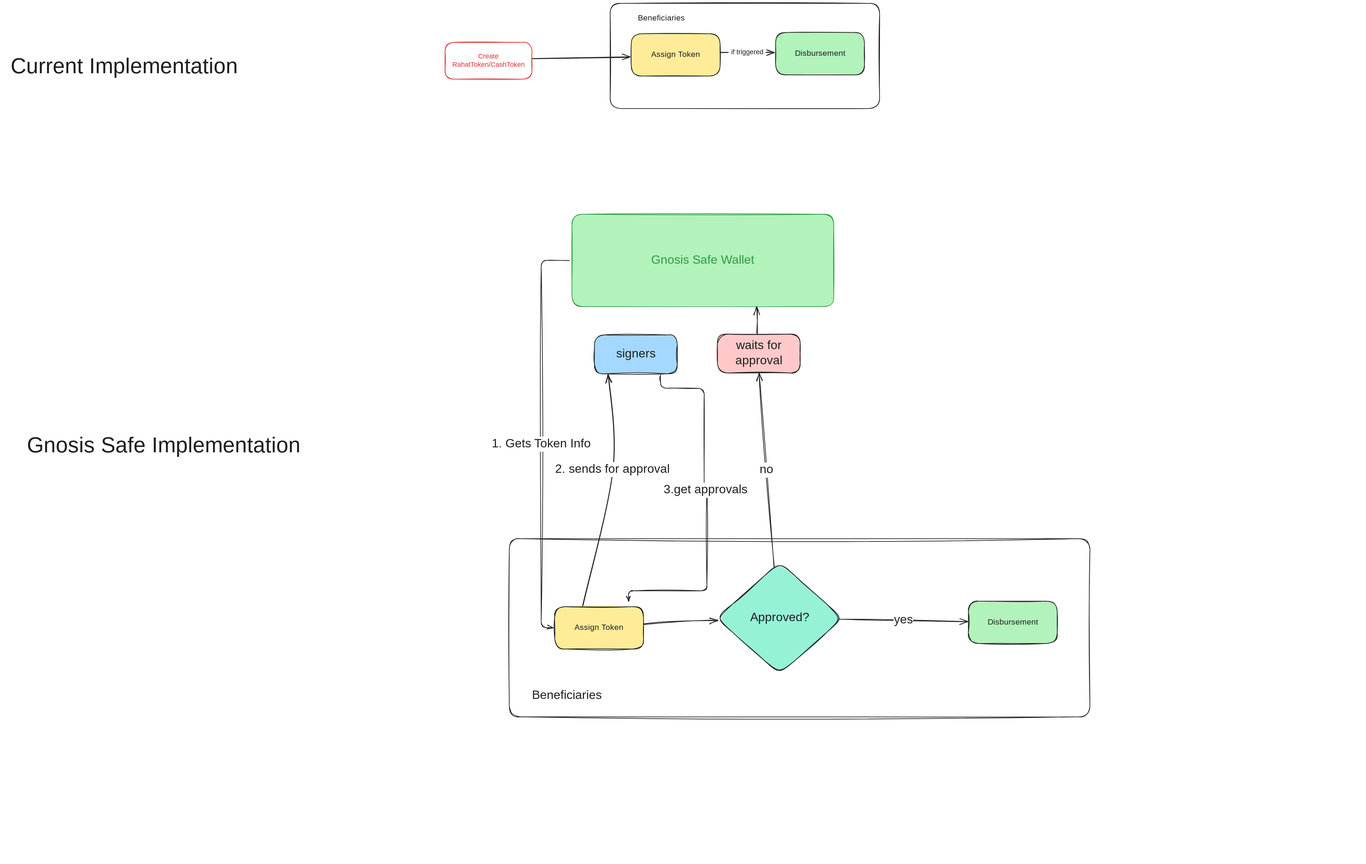
rahataid/rahat-platform keeps this Excalidraw diagram as docs/diagrams/gnosis.excalidraw.svg. Above is the earlier version. Source tidied: one line per element, renumbered; positions are measured from the earlier drawing's top-left corner, leaving out a move shared by most shapes. Its diagram source:
```json
{"id": 0, "type": "rectangle", "strokeColor": "#e03131", "strokeWidth": 2, "roughness": 1, "round": true, "x": 1317, "y": 116, "width": 259, "height": 110}
{"id": 1, "type": "text", "text": "Create\nRahatToken/CashToken", "strokeColor": "#e03131", "strokeWidth": 2, "roughness": 1, "fontSize": 20, "fontFamily": 5, "textAlign": "center", "verticalAlign": "middle", "inside": 0, "x": 1329, "y": 146, "width": 236, "height": 50}
{"id": 2, "type": "rectangle", "strokeColor": "#1e1e1e", "backgroundColor": "#ffec99", "fillStyle": "solid", "strokeWidth": 2, "roughness": 1, "round": true, "x": 1873, "y": 91, "width": 265, "height": 126}
{"id": 3, "type": "text", "text": "Assign Token", "strokeColor": "#1e1e1e", "strokeWidth": 2, "roughness": 1, "fontSize": 23.86, "fontFamily": 5, "textAlign": "center", "verticalAlign": "middle", "inside": 2, "x": 1928, "y": 139, "width": 154, "height": 30}
{"id": 4, "type": "rectangle", "strokeColor": "#1e1e1e", "backgroundColor": "#b2f2bb", "fillStyle": "solid", "strokeWidth": 2, "roughness": 1, "round": true, "x": 2303, "y": 87, "width": 265, "height": 126}
{"id": 5, "type": "text", "text": "Disbursement", "strokeColor": "#1e1e1e", "strokeWidth": 2, "roughness": 1, "fontSize": 23.86, "fontFamily": 5, "textAlign": "center", "verticalAlign": "middle", "inside": 4, "x": 2359, "y": 135, "width": 154, "height": 30}
{"id": 6, "type": "rectangle", "strokeColor": "#1e1e1e", "strokeWidth": 2, "roughness": 1, "round": true, "x": 1810, "y": 0, "width": 804, "height": 314}
{"id": 7, "type": "text", "text": "Beneficiaries", "strokeColor": "#1e1e1e", "strokeWidth": 2, "roughness": 1, "fontSize": 23.86, "fontFamily": 5, "x": 1893, "y": 30, "width": 147, "height": 30}
{"id": 8, "type": "arrow", "strokeColor": "#1e1e1e", "strokeWidth": 2, "roughness": 1, "endArrowhead": "arrow", "round": true, "from": 0, "to": 2, "x": 1578, "y": 165, "width": 290, "height": 4, "points": [[0, 0], [290, -4]]}
{"id": 9, "type": "arrow", "strokeColor": "#1e1e1e", "strokeWidth": 2, "roughness": 1, "endArrowhead": "arrow", "round": true, "from": 2, "to": 4, "x": 2139, "y": 147, "width": 160, "height": 2, "points": [[0, 0], [160, -2]]}
{"id": 10, "type": "text", "text": "if triggered", "strokeColor": "#1e1e1e", "strokeWidth": 2, "roughness": 1, "fontSize": 20, "fontFamily": 5, "textAlign": "center", "verticalAlign": "middle", "inside": 9, "x": 2097, "y": 145, "width": 111, "height": 25}
{"id": 11, "type": "rectangle", "strokeColor": "#2f9e44", "backgroundColor": "#b2f2bb", "fillStyle": "solid", "strokeWidth": 2, "roughness": 1, "round": true, "x": 1696, "y": 629, "width": 781, "height": 276}
{"id": 12, "type": "text", "text": "Gnosis Safe Wallet", "strokeColor": "#2f9e44", "strokeWidth": 2, "roughness": 1, "fontSize": 36, "fontFamily": 5, "textAlign": "center", "verticalAlign": "middle", "inside": 11, "x": 1922, "y": 744, "width": 328, "height": 45}
{"id": 13, "type": "arrow", "strokeColor": "#1e1e1e", "strokeWidth": 2, "roughness": 2, "endArrowhead": "arrow", "from": 11, "to": 15, "x": 1689, "y": 767, "width": 85, "height": 1096, "points": [[0, 0], [-85, 0], [-85, 1096], [-50, 1096]]}
{"id": 14, "type": "text", "text": "1. Gets Token Info", "strokeColor": "#1e1e1e", "strokeWidth": 2, "roughness": 2, "fontSize": 36, "fontFamily": 5, "textAlign": "center", "verticalAlign": "middle", "inside": 13, "x": 1434, "y": 1292, "width": 340, "height": 45}
{"id": 15, "type": "rectangle", "strokeColor": "#1e1e1e", "backgroundColor": "#ffec99", "fillStyle": "solid", "strokeWidth": 2, "roughness": 2, "round": true, "x": 1644, "y": 1800, "width": 265, "height": 126}
{"id": 16, "type": "text", "text": "Assign Token", "strokeColor": "#1e1e1e", "strokeWidth": 2, "roughness": 2, "fontSize": 23.86, "fontFamily": 5, "textAlign": "center", "verticalAlign": "middle", "inside": 15, "x": 1700, "y": 1848, "width": 154, "height": 30}
{"id": 17, "type": "rectangle", "strokeColor": "#1e1e1e", "backgroundColor": "#b2f2bb", "fillStyle": "solid", "strokeWidth": 2, "roughness": 2, "round": true, "x": 2879, "y": 1783, "width": 265, "height": 126}
{"id": 18, "type": "text", "text": "Disbursement", "strokeColor": "#1e1e1e", "strokeWidth": 2, "roughness": 2, "fontSize": 23.86, "fontFamily": 5, "textAlign": "center", "verticalAlign": "middle", "inside": 17, "x": 2934, "y": 1832, "width": 154, "height": 30}
{"id": 19, "type": "diamond", "strokeColor": "#1e1e1e", "backgroundColor": "#96f2d7", "fillStyle": "solid", "strokeWidth": 2, "roughness": 2, "round": true, "x": 2128, "y": 1667, "width": 376, "height": 334}
{"id": 20, "type": "text", "text": "Approved?", "strokeColor": "#1e1e1e", "strokeWidth": 2, "roughness": 2, "fontSize": 36, "fontFamily": 5, "textAlign": "center", "verticalAlign": "middle", "inside": 19, "x": 2227, "y": 1812, "width": 176, "height": 45}
{"id": 21, "type": "arrow", "strokeColor": "#1e1e1e", "strokeWidth": 2, "roughness": 2, "endArrowhead": "arrow", "from": 15, "to": 19, "x": 1910, "y": 1850, "width": 220, "height": 10, "points": [[0, 0], [220, -10]]}
{"id": 22, "type": "arrow", "strokeColor": "#1e1e1e", "strokeWidth": 2, "roughness": 2, "endArrowhead": "arrow", "from": 19, "to": 17, "x": 2493, "y": 1836, "width": 383, "height": 8, "points": [[0, 0], [383, 8]]}
{"id": 23, "type": "text", "text": "yes", "strokeColor": "#1e1e1e", "strokeWidth": 2, "roughness": 2, "fontSize": 36, "fontFamily": 5, "textAlign": "center", "verticalAlign": "middle", "inside": 22, "x": 2656, "y": 1818, "width": 58, "height": 45}
{"id": 24, "type": "rectangle", "strokeColor": "#1e1e1e", "strokeWidth": 2, "roughness": 2, "round": true, "x": 1509, "y": 1597, "width": 1732, "height": 531}
{"id": 25, "type": "text", "text": "Beneficiaries", "strokeColor": "#1e1e1e", "strokeWidth": 2, "roughness": 2, "fontSize": 36, "fontFamily": 5, "textAlign": "right", "x": 1562, "y": 2044, "width": 223, "height": 45}
{"id": 26, "type": "rectangle", "strokeColor": "#1e1e1e", "backgroundColor": "#ffc9c9", "fillStyle": "solid", "strokeWidth": 2, "roughness": 2, "round": true, "x": 2130, "y": 987, "width": 247, "height": 116}
{"id": 27, "type": "text", "text": "waits for\napproval", "strokeColor": "#1e1e1e", "strokeWidth": 2, "roughness": 2, "fontSize": 36, "fontFamily": 5, "textAlign": "center", "verticalAlign": "middle", "inside": 26, "x": 2172, "y": 1000, "width": 162, "height": 90}
{"id": 28, "type": "arrow", "strokeColor": "#1e1e1e", "strokeWidth": 2, "roughness": 2, "endArrowhead": "arrow", "from": 19, "to": 26, "x": 2299, "y": 1682, "width": 46, "height": 578, "points": [[0, 0], [-46, -578]]}
{"id": 29, "type": "text", "text": "no", "strokeColor": "#1e1e1e", "strokeWidth": 2, "roughness": 2, "fontSize": 36, "fontFamily": 5, "textAlign": "center", "verticalAlign": "middle", "inside": 28, "x": 2256, "y": 1370, "width": 41, "height": 45}
{"id": 30, "type": "arrow", "strokeColor": "#1e1e1e", "strokeWidth": 2, "roughness": 2, "endArrowhead": "arrow", "from": 26, "to": 11, "x": 2250, "y": 986, "width": 1, "height": 81, "points": [[0, 0], [-1, -81]]}
{"id": 31, "type": "rectangle", "strokeColor": "#1e1e1e", "backgroundColor": "#a5d8ff", "fillStyle": "solid", "strokeWidth": 2, "roughness": 2, "round": true, "x": 1763, "y": 989, "width": 247, "height": 116}
{"id": 32, "type": "text", "text": "signers", "strokeColor": "#1e1e1e", "strokeWidth": 2, "roughness": 2, "fontSize": 36, "fontFamily": 5, "textAlign": "center", "verticalAlign": "middle", "inside": 31, "x": 1826, "y": 1025, "width": 121, "height": 45}
{"id": 33, "type": "arrow", "strokeColor": "#1e1e1e", "strokeWidth": 2, "roughness": 2, "endArrowhead": "arrow", "round": true, "from": 15, "to": 31, "x": 1727, "y": 1798, "width": 89, "height": 693, "points": [[0, 0], [89, -407], [76, -693]]}
{"id": 34, "type": "text", "text": "2. sends for approval", "strokeColor": "#1e1e1e", "strokeWidth": 2, "roughness": 2, "fontSize": 36, "fontFamily": 5, "textAlign": "center", "verticalAlign": "middle", "inside": 33, "x": 1630, "y": 1368, "width": 374, "height": 45}
{"id": 35, "type": "arrow", "strokeColor": "#1e1e1e", "strokeWidth": 2, "roughness": 2, "endArrowhead": "arrow", "from": 31, "to": 15, "x": 1961, "y": 1108, "width": 234, "height": 676, "points": [[0, 0], [0, 40], [130, 40], [130, 344], [138, 344], [138, 644], [-96, 644], [-96, 676]]}
{"id": 36, "type": "text", "text": "3.get approvals", "strokeColor": "#1e1e1e", "strokeWidth": 2, "roughness": 2, "fontSize": 36, "fontFamily": 5, "textAlign": "center", "verticalAlign": "middle", "inside": 35, "x": 1961, "y": 1430, "width": 267, "height": 45}
{"id": 37, "type": "text", "text": "Current Implementation", "strokeColor": "#1e1e1e", "strokeWidth": 2, "roughness": 2, "fontSize": 64.7, "fontFamily": 6, "textAlign": "right", "x": 0, "y": 144, "width": 699, "height": 87}
{"id": 38, "type": "text", "text": "Gnosis Safe Implementation", "strokeColor": "#1e1e1e", "strokeWidth": 2, "roughness": 2, "fontSize": 64.7, "fontFamily": 6, "textAlign": "right", "x": 63, "y": 1274, "width": 824, "height": 87}
```
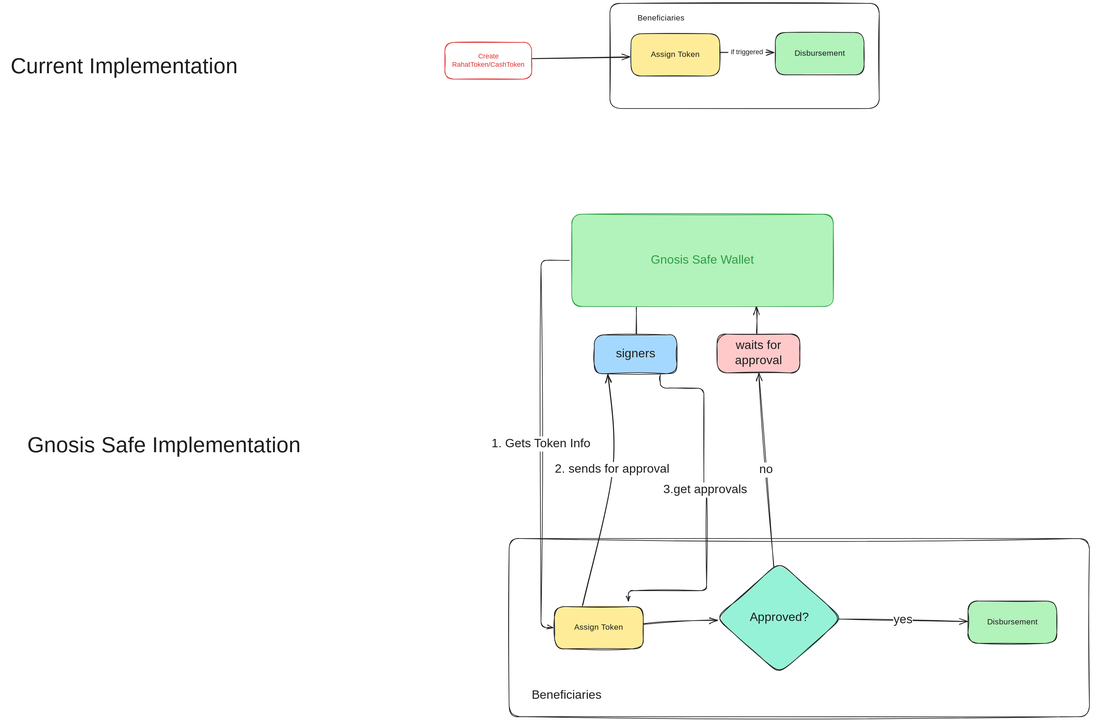
The same file after the commit.

Commit message:
Update Gnosis diagram SVG file to reflect new dimensions and font adjustments, ensuring consistency with documentation standards.

Change to the diagram source:
```diff
@@ -37,3 +37,4 @@
 {"id": 36, "type": "text", "text": "3.get approvals", "strokeColor": "#1e1e1e", "strokeWidth": 2, "roughness": 2, "fontSize": 36, "fontFamily": 5, "textAlign": "center", "verticalAlign": "middle", "inside": 35, "x": 1961, "y": 1430, "width": 267, "height": 45}
 {"id": 37, "type": "text", "text": "Current Implementation", "strokeColor": "#1e1e1e", "strokeWidth": 2, "roughness": 2, "fontSize": 64.7, "fontFamily": 6, "textAlign": "right", "x": 0, "y": 144, "width": 699, "height": 87}
 {"id": 38, "type": "text", "text": "Gnosis Safe Implementation", "strokeColor": "#1e1e1e", "strokeWidth": 2, "roughness": 2, "fontSize": 64.7, "fontFamily": 6, "textAlign": "right", "x": 63, "y": 1274, "width": 824, "height": 87}
+{"id": 39, "type": "line", "strokeColor": "#1e1e1e", "strokeWidth": 2, "roughness": 1, "round": true, "x": 1888, "y": 987, "width": 1, "height": 79, "points": [[0, 0], [1, -79]]}
```
